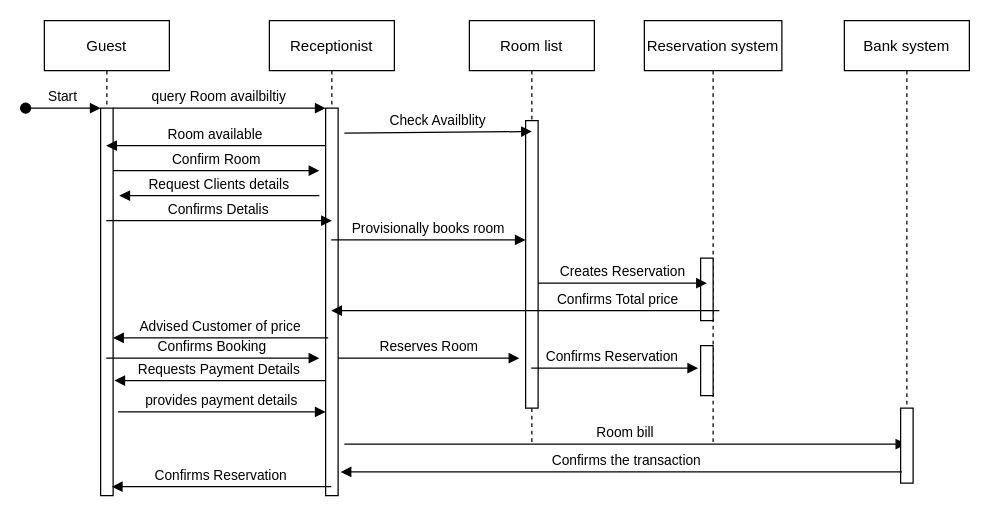
AhmedTarek-95/System-Desine keeps this draw.io diagram as sequence.drawio. Above is the earlier version. Source tidied: cells renumbered, new cells numbered last; positions are measured from the earlier drawing's top-left corner, leaving out a move shared by most shapes. Both pictures are drawn from the tidied source at 125%, with x=0, y=0 at pixel (25, 20).
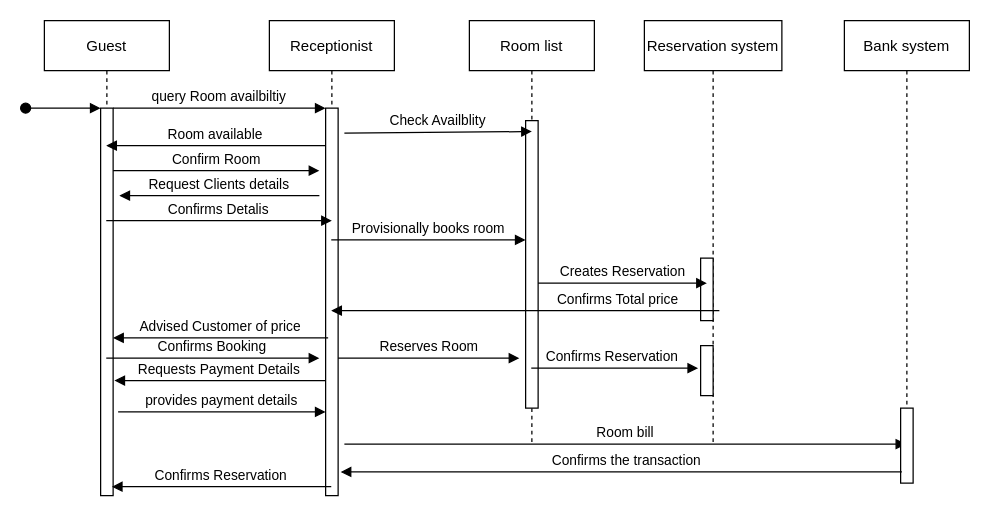
After the change.

Unchanged cells that the change refers to:
```xml
<mxCell id="2" value="Guest" style="shape=umlLifeline;perimeter=lifelinePerimeter;rounded=0;shadow=0;strokeWidth=1;perimeterSpacing=0;" parent="1" vertex="1">
  <mxGeometry x="15" width="100" height="380" as="geometry" />
</mxCell>
<mxCell id="3" style="points=[];perimeter=orthogonalPerimeter;rounded=0;shadow=0;strokeWidth=1;" parent="2" vertex="1">
  <mxGeometry x="45" y="70" width="10" height="310" as="geometry" />
</mxCell>
```

Change to the diagram source:
```diff
@@
-    <mxCell id="4" value="Start" style="verticalAlign=bottom;startArrow=oval;endArrow=block;startSize=8;shadow=0;strokeWidth=1;" parent="2" edge="1" target="3">
-      <mxGeometry relative="1" as="geometry">
+    <mxCell id="4" style="verticalAlign=bottom;startArrow=oval;endArrow=block;startSize=8;shadow=0;strokeWidth=1;" parent="2" edge="1" target="3">
+      <mxGeometry x="0.5" y="20" relative="1" as="geometry">
         <mxPoint x="-15" y="70" as="sourcePoint" />
       </mxGeometry>
     </mxCell>
```
